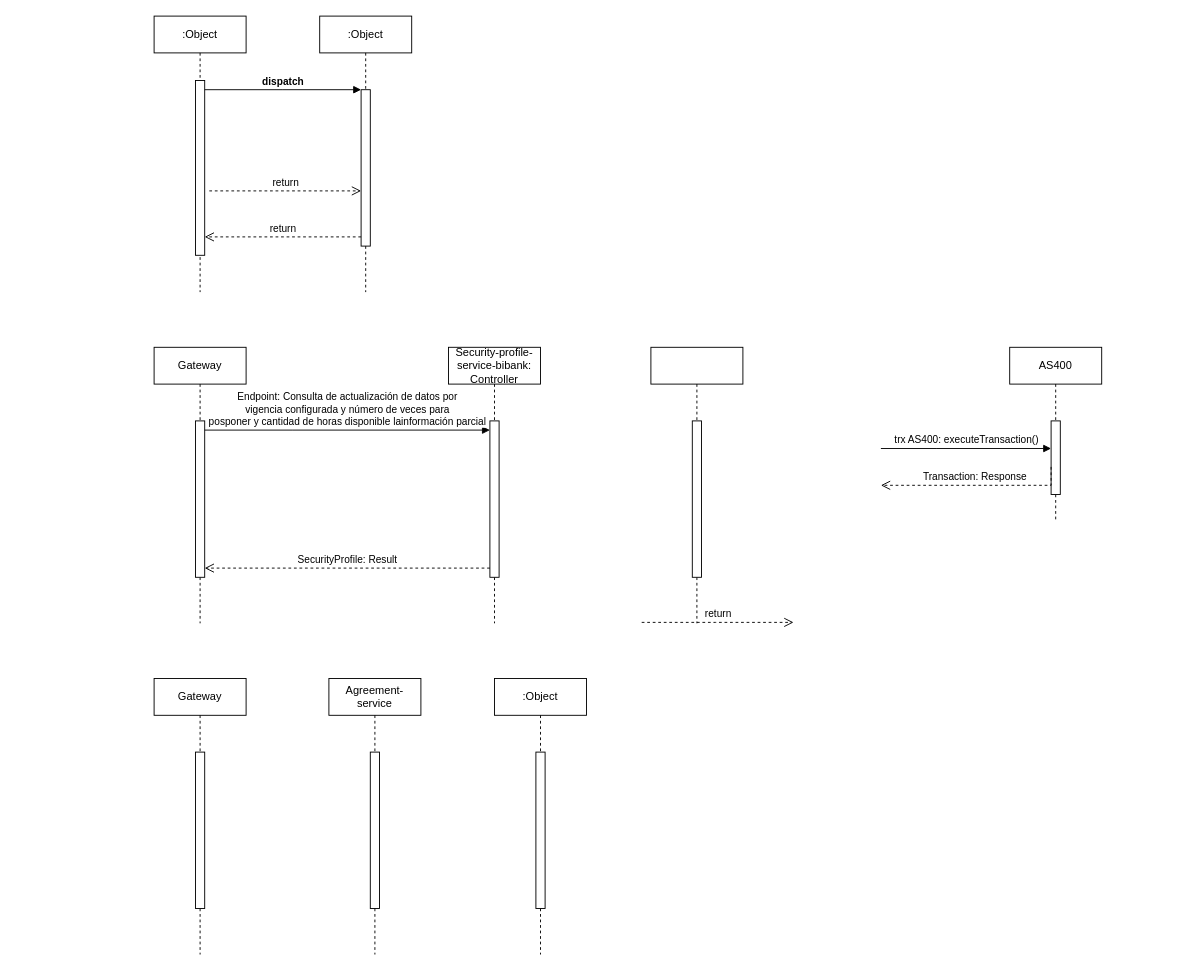
The draw.io diagram Actualizacion de datos.drawio in StevenGpByte/ActualizacionDatos, before the edit. Source tidied: cells renumbered, new cells numbered last; positions are measured from the earlier drawing's top-left corner, leaving out a move shared by most shapes. Both pictures are drawn from the tidied source at 92%, with x=0, y=0 at pixel (154, 16).
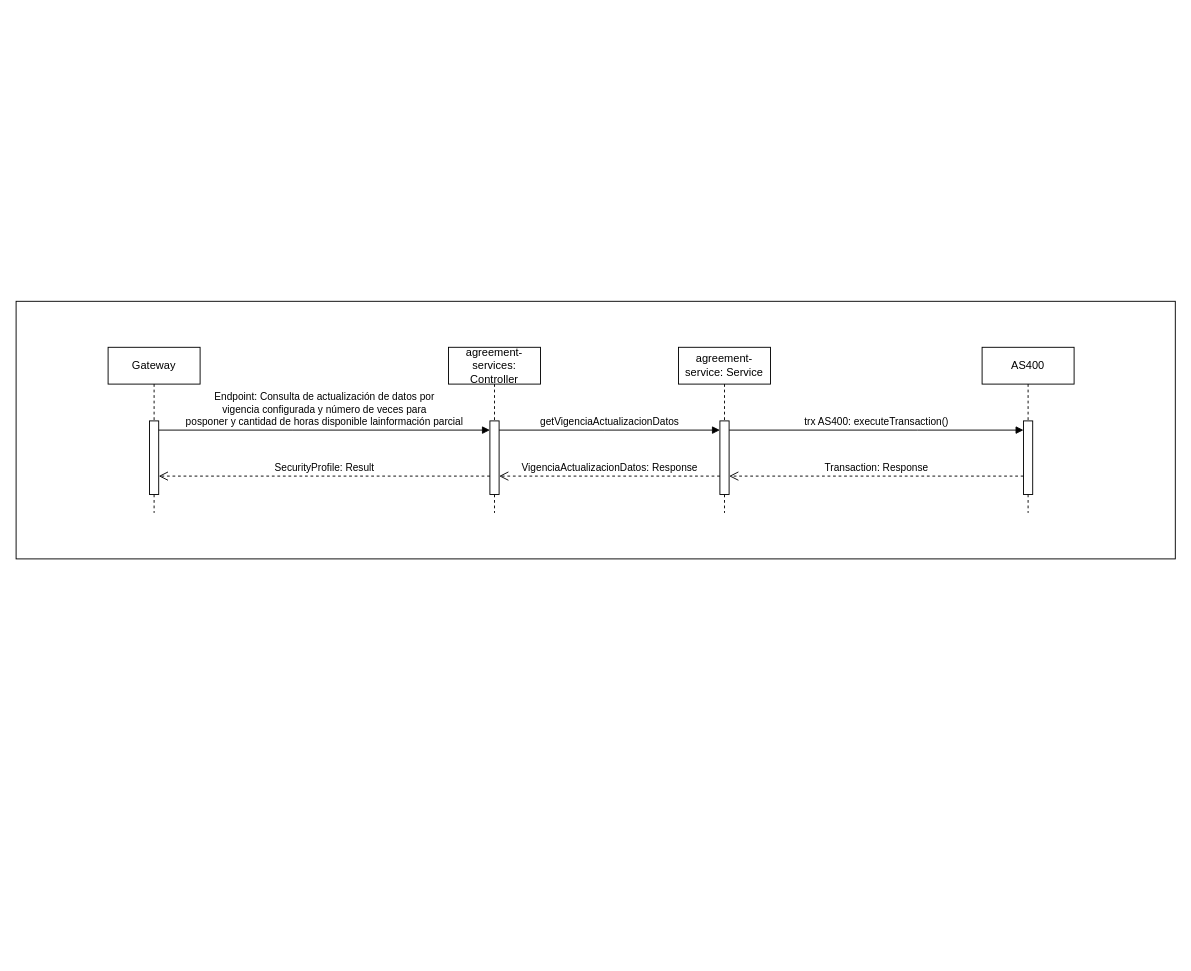
The same diagram, later.

The change refers to these unchanged cells:
```xml
<mxCell id="14" style="html=1;points=[];perimeter=orthogonalPerimeter;outlineConnect=0;targetShapes=umlLifeline;portConstraint=eastwest;newEdgeStyle={&quot;edgeStyle&quot;:&quot;elbowEdgeStyle&quot;,&quot;elbow&quot;:&quot;vertical&quot;,&quot;curved&quot;:0,&quot;rounded&quot;:0};" parent="13" vertex="1">
  <mxGeometry x="45" y="80" width="10" height="80" as="geometry" />
</mxCell>
```

The edit, as a diff of the source:
```diff
@@
-    <mxCell id="2" value=":Object" style="shape=umlLifeline;perimeter=lifelinePerimeter;whiteSpace=wrap;html=1;newEdgeStyle={&quot;edgeStyle&quot;:&quot;elbowEdgeStyle&quot;,&quot;elbow&quot;:&quot;vertical&quot;,&quot;curved&quot;:0,&quot;rounded&quot;:0};" parent="1" vertex="1">
-      <mxGeometry width="100" height="300" as="geometry" />
-    </mxCell>
-    <mxCell id="3" style="html=1;points=[];perimeter=orthogonalPerimeter;outlineConnect=0;targetShapes=umlLifeline;portConstraint=eastwest;newEdgeStyle={&quot;edgeStyle&quot;:&quot;elbowEdgeStyle&quot;,&quot;elbow&quot;:&quot;vertical&quot;,&quot;curved&quot;:0,&quot;rounded&quot;:0};" parent="2" vertex="1">
-      <mxGeometry x="45" y="70" width="10" height="190" as="geometry" />
-    </mxCell>
-    <mxCell id="4" value=":Object" style="shape=umlLifeline;perimeter=lifelinePerimeter;whiteSpace=wrap;html=1;newEdgeStyle={&quot;edgeStyle&quot;:&quot;elbowEdgeStyle&quot;,&quot;elbow&quot;:&quot;vertical&quot;,&quot;curved&quot;:0,&quot;rounded&quot;:0};" parent="1" vertex="1">
-      <mxGeometry x="180" width="100" height="300" as="geometry" />
-    </mxCell>
-    <mxCell id="5" style="html=1;points=[];perimeter=orthogonalPerimeter;outlineConnect=0;targetShapes=umlLifeline;portConstraint=eastwest;newEdgeStyle={&quot;edgeStyle&quot;:&quot;elbowEdgeStyle&quot;,&quot;elbow&quot;:&quot;vertical&quot;,&quot;curved&quot;:0,&quot;rounded&quot;:0};" parent="4" vertex="1">
-      <mxGeometry x="45" y="80" width="10" height="170" as="geometry" />
-    </mxCell>
-    <mxCell id="6" value="dispatch" style="html=1;verticalAlign=bottom;endArrow=block;edgeStyle=elbowEdgeStyle;elbow=vertical;curved=0;rounded=0;fontStyle=1;" parent="1" edge="1" source="3" target="5">
-      <mxGeometry relative="1" as="geometry">
-        <Array as="points">
-          <mxPoint x="140" y="80" />
-        </Array>
-      </mxGeometry>
-    </mxCell>
-    <mxCell id="7" value="return" style="html=1;verticalAlign=bottom;endArrow=open;dashed=1;endSize=8;edgeStyle=elbowEdgeStyle;elbow=vertical;curved=0;rounded=0;" parent="1" edge="1" source="5" target="3">
-      <mxGeometry relative="1" as="geometry">
-        <Array as="points">
-          <mxPoint x="150" y="240" />
-        </Array>
-      </mxGeometry>
-    </mxCell>
-    <mxCell id="8" value="return" style="html=1;verticalAlign=bottom;endArrow=open;dashed=1;endSize=8;edgeStyle=elbowEdgeStyle;elbow=vertical;curved=0;rounded=0;" parent="1" edge="1" target="5">
-      <mxGeometry relative="1" as="geometry">
-        <mxPoint x="60" y="190" as="sourcePoint" />
-        <Array as="points">
-          <mxPoint x="140" y="190" />
-        </Array>
-      </mxGeometry>
-    </mxCell>
+    <mxCell id="28" style="rounded=0;whiteSpace=wrap;html=1;" parent="1" vertex="1">
+      <mxGeometry x="-150" y="310" width="1260" height="280" as="geometry" />
+    </mxCell>
     <mxCell id="9" value="Gateway" style="shape=umlLifeline;perimeter=lifelinePerimeter;whiteSpace=wrap;html=1;newEdgeStyle={&quot;edgeStyle&quot;:&quot;elbowEdgeStyle&quot;,&quot;elbow&quot;:&quot;vertical&quot;,&quot;curved&quot;:0,&quot;rounded&quot;:0};" parent="1" vertex="1">
-      <mxGeometry y="360" width="100" height="300" as="geometry" />
+      <mxGeometry x="-50" y="360" width="100" height="180" as="geometry" />
     </mxCell>
     <mxCell id="10" style="html=1;points=[];perimeter=orthogonalPerimeter;outlineConnect=0;targetShapes=umlLifeline;portConstraint=eastwest;newEdgeStyle={&quot;edgeStyle&quot;:&quot;elbowEdgeStyle&quot;,&quot;elbow&quot;:&quot;vertical&quot;,&quot;curved&quot;:0,&quot;rounded&quot;:0};" parent="9" vertex="1">
-      <mxGeometry x="45" y="80" width="10" height="170" as="geometry" />
+      <mxGeometry x="45" y="80" width="10" height="80" as="geometry" />
     </mxCell>
-    <mxCell id="11" value="Security-profile-service-bibank: Controller" style="shape=umlLifeline;perimeter=lifelinePerimeter;whiteSpace=wrap;html=1;newEdgeStyle={&quot;edgeStyle&quot;:&quot;elbowEdgeStyle&quot;,&quot;elbow&quot;:&quot;vertical&quot;,&quot;curved&quot;:0,&quot;rounded&quot;:0};" parent="1" vertex="1">
-      <mxGeometry x="320" y="360" width="100" height="300" as="geometry" />
+    <mxCell id="11" value="agreement-services: Controller" style="shape=umlLifeline;perimeter=lifelinePerimeter;whiteSpace=wrap;html=1;newEdgeStyle={&quot;edgeStyle&quot;:&quot;elbowEdgeStyle&quot;,&quot;elbow&quot;:&quot;vertical&quot;,&quot;curved&quot;:0,&quot;rounded&quot;:0};" parent="1" vertex="1">
+      <mxGeometry x="320" y="360" width="100" height="180" as="geometry" />
     </mxCell>
     <mxCell id="12" style="html=1;points=[];perimeter=orthogonalPerimeter;outlineConnect=0;targetShapes=umlLifeline;portConstraint=eastwest;newEdgeStyle={&quot;edgeStyle&quot;:&quot;elbowEdgeStyle&quot;,&quot;elbow&quot;:&quot;vertical&quot;,&quot;curved&quot;:0,&quot;rounded&quot;:0};" parent="11" vertex="1">
-      <mxGeometry x="45" y="80" width="10" height="170" as="geometry" />
+      <mxGeometry x="45" y="80" width="10" height="80" as="geometry" />
     </mxCell>
     <mxCell id="13" value="AS400" style="shape=umlLifeline;perimeter=lifelinePerimeter;whiteSpace=wrap;html=1;newEdgeStyle={&quot;edgeStyle&quot;:&quot;elbowEdgeStyle&quot;,&quot;elbow&quot;:&quot;vertical&quot;,&quot;curved&quot;:0,&quot;rounded&quot;:0};" parent="1" vertex="1">
-      <mxGeometry x="930" y="360" width="100" height="190" as="geometry" />
+      <mxGeometry x="900" y="360" width="100" height="180" as="geometry" />
     </mxCell>
@@
-    <mxCell id="15" value="Gateway" style="shape=umlLifeline;perimeter=lifelinePerimeter;whiteSpace=wrap;html=1;newEdgeStyle={&quot;edgeStyle&quot;:&quot;elbowEdgeStyle&quot;,&quot;elbow&quot;:&quot;vertical&quot;,&quot;curved&quot;:0,&quot;rounded&quot;:0};" parent="1" vertex="1">
-      <mxGeometry y="720" width="100" height="300" as="geometry" />
-    </mxCell>
-    <mxCell id="16" style="html=1;perimeter=orthogonalPerimeter;targetShapes=umlLifeline;newEdgeStyle={&quot;edgeStyle&quot;:&quot;elbowEdgeStyle&quot;,&quot;elbow&quot;:&quot;vertical&quot;,&quot;curved&quot;:0,&quot;rounded&quot;:0};" parent="15" vertex="1">
-      <mxGeometry x="45" y="80" width="10" height="170" as="geometry" />
-    </mxCell>
-    <mxCell id="17" value="Agreement-service" style="shape=umlLifeline;perimeter=lifelinePerimeter;whiteSpace=wrap;html=1;newEdgeStyle={&quot;edgeStyle&quot;:&quot;elbowEdgeStyle&quot;,&quot;elbow&quot;:&quot;vertical&quot;,&quot;curved&quot;:0,&quot;rounded&quot;:0};" parent="1" vertex="1">
-      <mxGeometry x="190" y="720" width="100" height="300" as="geometry" />
-    </mxCell>
-    <mxCell id="18" style="html=1;perimeter=orthogonalPerimeter;targetShapes=umlLifeline;newEdgeStyle={&quot;edgeStyle&quot;:&quot;elbowEdgeStyle&quot;,&quot;elbow&quot;:&quot;vertical&quot;,&quot;curved&quot;:0,&quot;rounded&quot;:0};" parent="17" vertex="1">
-      <mxGeometry x="45" y="80" width="10" height="170" as="geometry" />
-    </mxCell>
-    <mxCell id="19" value=":Object" style="shape=umlLifeline;perimeter=lifelinePerimeter;whiteSpace=wrap;html=1;newEdgeStyle={&quot;edgeStyle&quot;:&quot;elbowEdgeStyle&quot;,&quot;elbow&quot;:&quot;vertical&quot;,&quot;curved&quot;:0,&quot;rounded&quot;:0};" parent="1" vertex="1">
-      <mxGeometry x="370" y="720" width="100" height="300" as="geometry" />
-    </mxCell>
-    <mxCell id="20" style="html=1;perimeter=orthogonalPerimeter;targetShapes=umlLifeline;newEdgeStyle={&quot;edgeStyle&quot;:&quot;elbowEdgeStyle&quot;,&quot;elbow&quot;:&quot;vertical&quot;,&quot;curved&quot;:0,&quot;rounded&quot;:0};" parent="19" vertex="1">
-      <mxGeometry x="45" y="80" width="10" height="170" as="geometry" />
-    </mxCell>
@@
-    <mxCell id="22" value="return" style="html=1;verticalAlign=bottom;endArrow=open;dashed=1;endSize=8;edgeStyle=elbowEdgeStyle;elbow=vertical;curved=0;rounded=0;" parent="1" edge="1">
-      <mxGeometry relative="1" as="geometry">
-        <mxPoint x="530" y="659" as="sourcePoint" />
-        <mxPoint x="695" y="659" as="targetPoint" />
-        <Array as="points">
-          <mxPoint x="610" y="659" />
-        </Array>
-      </mxGeometry>
-    </mxCell>
     <mxCell id="23" value="SecurityProfile: Result" style="html=1;verticalAlign=bottom;endArrow=open;dashed=1;endSize=8;edgeStyle=elbowEdgeStyle;elbow=vertical;curved=0;rounded=0;" parent="1" edge="1" source="12" target="10">
       <mxGeometry relative="1" as="geometry">
         <Array as="points">
+          <mxPoint x="310" y="500" />
           <mxPoint x="250" y="600" />
         </Array>
       </mxGeometry>
     </mxCell>
-    <mxCell id="24" value="trx AS400: executeTransaction()" style="html=1;verticalAlign=bottom;endArrow=block;edgeStyle=elbowEdgeStyle;elbow=vertical;curved=0;rounded=0;" parent="1" edge="1" target="14">
+    <mxCell id="24" value="trx AS400: executeTransaction()" style="html=1;verticalAlign=bottom;endArrow=block;edgeStyle=elbowEdgeStyle;elbow=vertical;curved=0;rounded=0;" parent="1" edge="1" source="27" target="14">
       <mxGeometry relative="1" as="geometry">
-        <mxPoint x="790" y="470" as="sourcePoint" />
         <Array as="points">
-          <mxPoint x="850" y="470" />
+          <mxPoint x="830" y="450" />
         </Array>
       </mxGeometry>
     </mxCell>
-    <mxCell id="25" value="Transaction: Response" style="html=1;verticalAlign=bottom;endArrow=open;dashed=1;endSize=8;edgeStyle=elbowEdgeStyle;elbow=vertical;curved=0;rounded=0;" parent="1" edge="1">
+    <mxCell id="25" value="Transaction: Response" style="html=1;verticalAlign=bottom;endArrow=open;dashed=1;endSize=8;edgeStyle=elbowEdgeStyle;elbow=vertical;curved=0;rounded=0;" parent="1" edge="1" source="14" target="27">
       <mxGeometry relative="1" as="geometry">
-        <mxPoint x="975" y="490" as="sourcePoint" />
-        <mxPoint x="790" y="510" as="targetPoint" />
         <Array as="points">
-          <mxPoint x="765" y="510" />
+          <mxPoint x="780" y="500" />
         </Array>
       </mxGeometry>
     </mxCell>
-    <mxCell id="26" value="&lt;br&gt;" style="shape=umlLifeline;perimeter=lifelinePerimeter;whiteSpace=wrap;html=1;newEdgeStyle={&quot;edgeStyle&quot;:&quot;elbowEdgeStyle&quot;,&quot;elbow&quot;:&quot;vertical&quot;,&quot;curved&quot;:0,&quot;rounded&quot;:0};" parent="1" vertex="1">
-      <mxGeometry x="540" y="360" width="100" height="300" as="geometry" />
+    <mxCell id="26" value="agreement-service: Service" style="shape=umlLifeline;perimeter=lifelinePerimeter;whiteSpace=wrap;html=1;newEdgeStyle={&quot;edgeStyle&quot;:&quot;elbowEdgeStyle&quot;,&quot;elbow&quot;:&quot;vertical&quot;,&quot;curved&quot;:0,&quot;rounded&quot;:0};" parent="1" vertex="1">
+      <mxGeometry x="570" y="360" width="100" height="180" as="geometry" />
     </mxCell>
     <mxCell id="27" style="html=1;points=[];perimeter=orthogonalPerimeter;outlineConnect=0;targetShapes=umlLifeline;portConstraint=eastwest;newEdgeStyle={&quot;edgeStyle&quot;:&quot;elbowEdgeStyle&quot;,&quot;elbow&quot;:&quot;vertical&quot;,&quot;curved&quot;:0,&quot;rounded&quot;:0};" parent="26" vertex="1">
-      <mxGeometry x="45" y="80" width="10" height="170" as="geometry" />
+      <mxGeometry x="45" y="80" width="10" height="80" as="geometry" />
     </mxCell>
+    <mxCell id="29" value="getVigenciaActualizacionDatos" style="html=1;verticalAlign=bottom;endArrow=block;edgeStyle=elbowEdgeStyle;elbow=vertical;curved=0;rounded=0;" parent="1" edge="1" source="12" target="27">
+      <mxGeometry relative="1" as="geometry">
+        <Array as="points">
+          <mxPoint x="490" y="450" />
+          <mxPoint x="465" y="470" />
+        </Array>
+      </mxGeometry>
+    </mxCell>
+    <mxCell id="30" value="VigenciaActualizacionDatos: Response" style="html=1;verticalAlign=bottom;endArrow=open;dashed=1;endSize=8;edgeStyle=elbowEdgeStyle;elbow=vertical;curved=0;rounded=0;" parent="1" edge="1" source="27" target="12">
+      <mxGeometry relative="1" as="geometry">
+        <Array as="points">
+          <mxPoint x="430" y="500" />
+        </Array>
+      </mxGeometry>
+    </mxCell>
```
